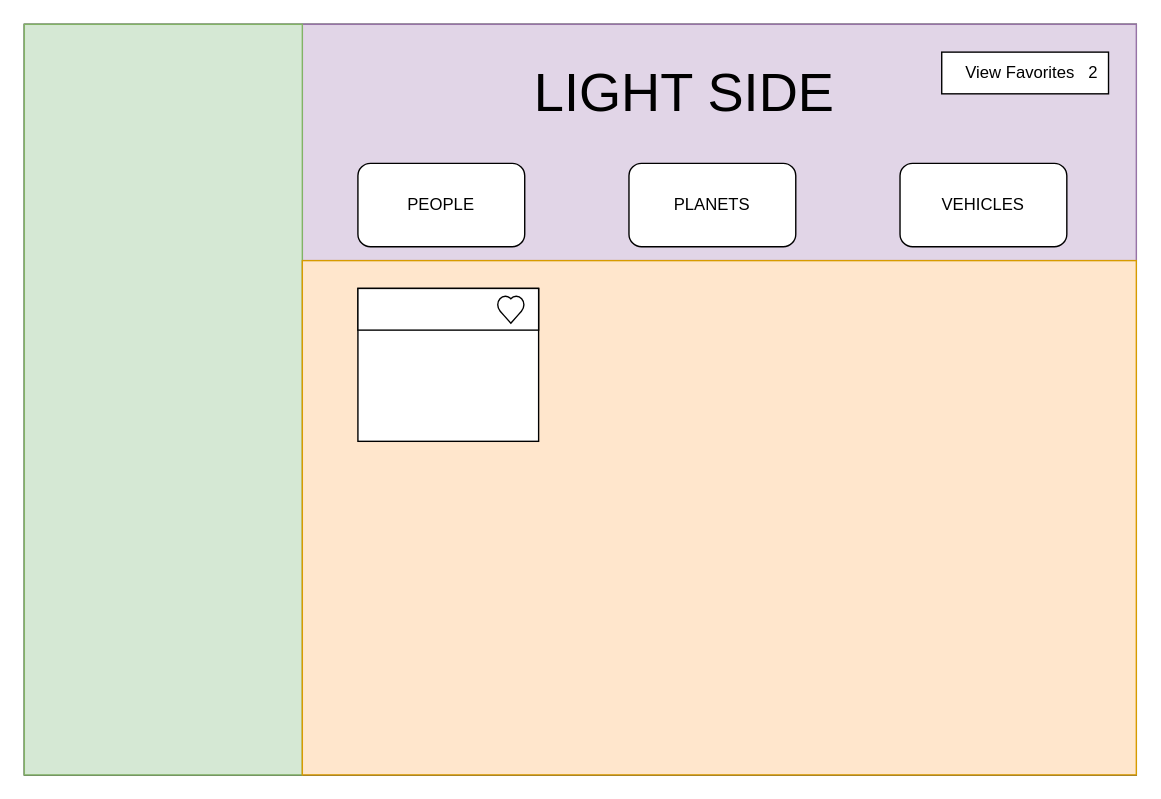
The draw.io diagram lightside-wireframe.drawio in andreeahanson/lightside, before the edit. Source tidied: cells renumbered, new cells numbered last; positions are measured from the earlier drawing's top-left corner, leaving out a move shared by most shapes. Both pictures are drawn from the tidied source at 139%, with x=0, y=0 at pixel (24, 24).
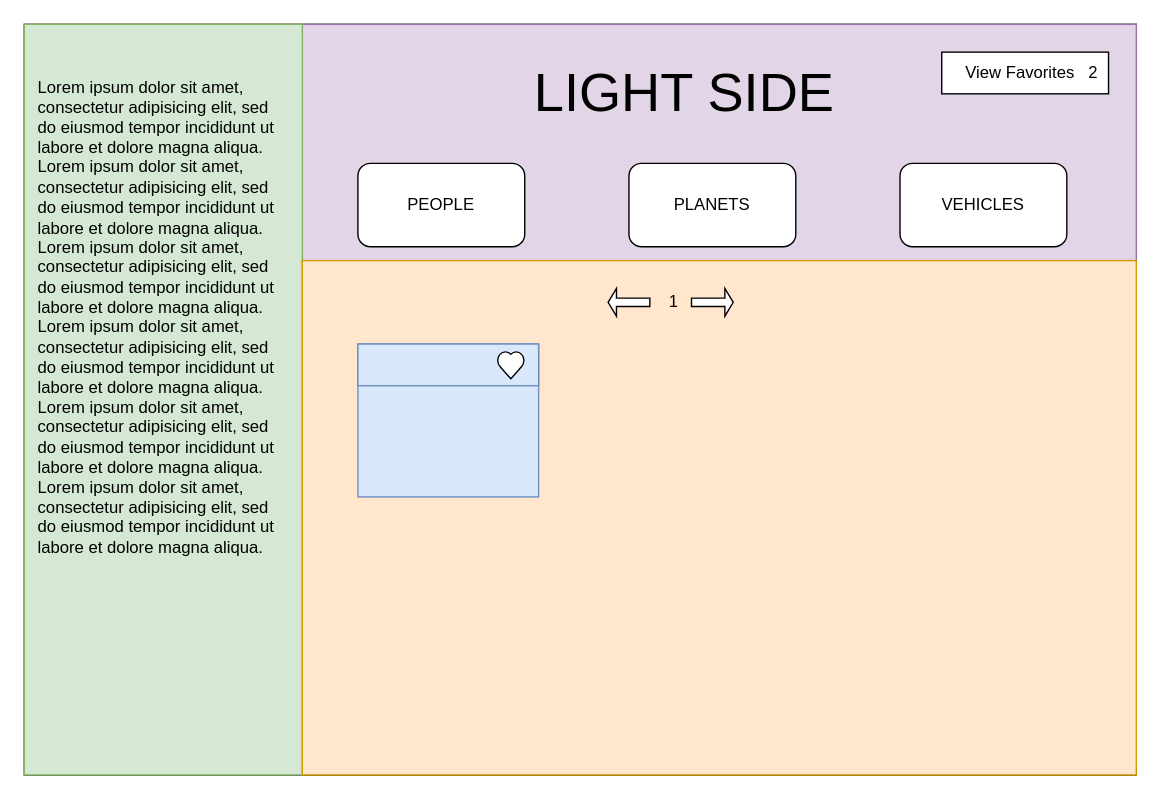
The same diagram, later.

Diff of the diagram source:
```diff
@@
-    <mxCell id="16" style="rounded=0;whiteSpace=wrap;html=1;" parent="1" vertex="1">
-      <mxGeometry x="240" y="190" width="130" height="110" as="geometry" />
+    <mxCell id="16" style="rounded=0;whiteSpace=wrap;html=1;fillColor=#dae8fc;strokeColor=#6c8ebf;" parent="1" vertex="1">
+      <mxGeometry x="240" y="230" width="130" height="110" as="geometry" />
     </mxCell>
-    <mxCell id="17" style="rounded=0;whiteSpace=wrap;html=1;" parent="1" vertex="1">
-      <mxGeometry x="240" y="190" width="130" height="30" as="geometry" />
+    <mxCell id="17" style="rounded=0;whiteSpace=wrap;html=1;fillColor=#dae8fc;strokeColor=#6c8ebf;" parent="1" vertex="1">
+      <mxGeometry x="240" y="230" width="130" height="30" as="geometry" />
     </mxCell>
     <mxCell id="18" style="verticalLabelPosition=bottom;verticalAlign=top;html=1;shape=mxgraph.basic.heart;" parent="1" vertex="1">
-      <mxGeometry x="340" y="195" width="20" height="20" as="geometry" />
+      <mxGeometry x="340" y="235" width="20" height="20" as="geometry" />
     </mxCell>
+    <mxCell id="19" style="shape=singleArrow;direction=west;whiteSpace=wrap;html=1;" parent="1" vertex="1">
+      <mxGeometry x="420" y="190" width="30" height="20" as="geometry" />
+    </mxCell>
+    <mxCell id="20" style="shape=singleArrow;direction=west;whiteSpace=wrap;html=1;rotation=-180;" parent="1" vertex="1">
+      <mxGeometry x="480" y="190" width="30" height="20" as="geometry" />
+    </mxCell>
+    <mxCell id="21" value="1" style="text;html=1;strokeColor=none;fillColor=none;align=center;verticalAlign=middle;whiteSpace=wrap;rounded=0;" parent="1" vertex="1">
+      <mxGeometry x="440" y="180" width="55" height="40" as="geometry" />
+    </mxCell>
+    <mxCell id="22" value="&lt;br&gt;&lt;br&gt;Lorem ipsum dolor sit amet, consectetur adipisicing elit, sed do eiusmod tempor incididunt ut labore et dolore magna aliqua. Lorem ipsum dolor sit amet, consectetur adipisicing elit, sed do eiusmod tempor incididunt ut labore et dolore magna aliqua. Lorem ipsum dolor sit amet, consectetur adipisicing elit, sed do eiusmod tempor incididunt ut labore et dolore magna aliqua. Lorem ipsum dolor sit amet, consectetur adipisicing elit, sed do eiusmod tempor incididunt ut labore et dolore magna aliqua. Lorem ipsum dolor sit amet, consectetur adipisicing elit, sed do eiusmod tempor incididunt ut labore et dolore magna aliqua. Lorem ipsum dolor sit amet, consectetur adipisicing elit, sed do eiusmod tempor incididunt ut labore et dolore magna aliqua." style="text;html=1;strokeColor=none;fillColor=none;spacing=5;spacingTop=-20;whiteSpace=wrap;overflow=hidden;rounded=0;" parent="1" vertex="1">
+      <mxGeometry x="5" y="20" width="190" height="470" as="geometry" />
+    </mxCell>
```
